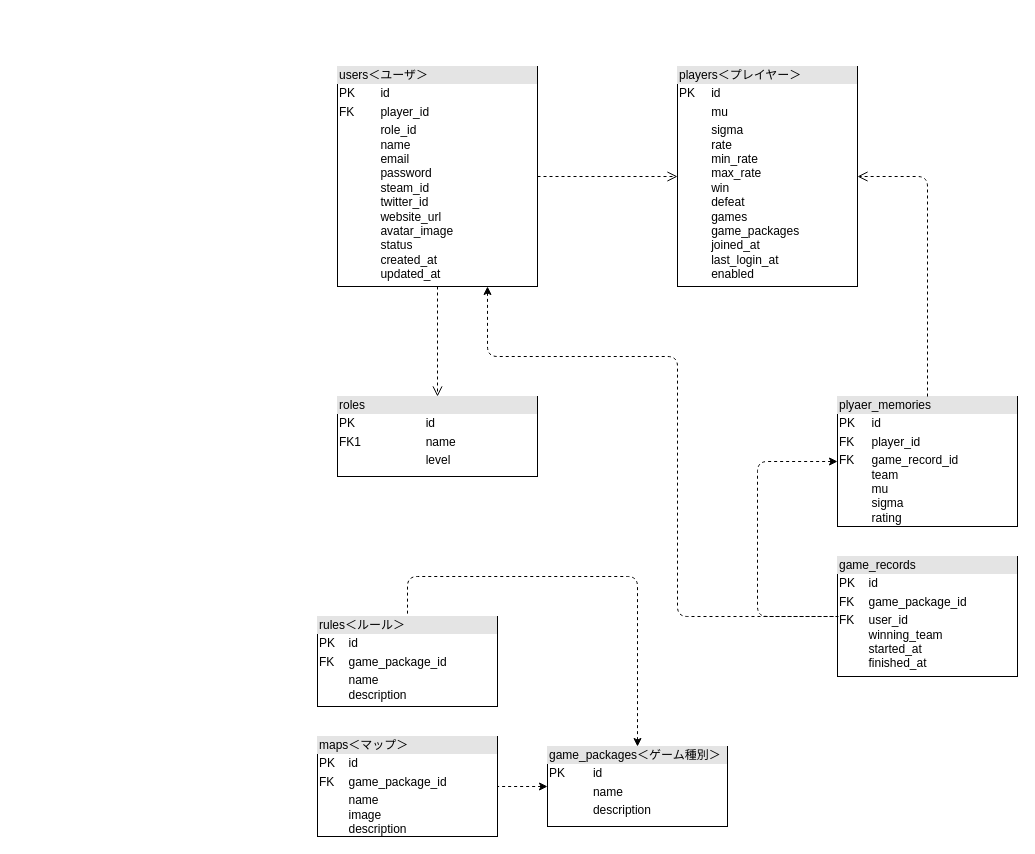
Before: docs/wzn_テーブル設計.drawio in sokorahen-szk/warzone-aoe, a draw.io diagram. Source tidied: cells renumbered, new cells numbered last; positions are measured from the earlier drawing's top-left corner, leaving out a move shared by most shapes. Both pictures are drawn from the tidied source at 100%, with x=0, y=0 at pixel (317, 66).
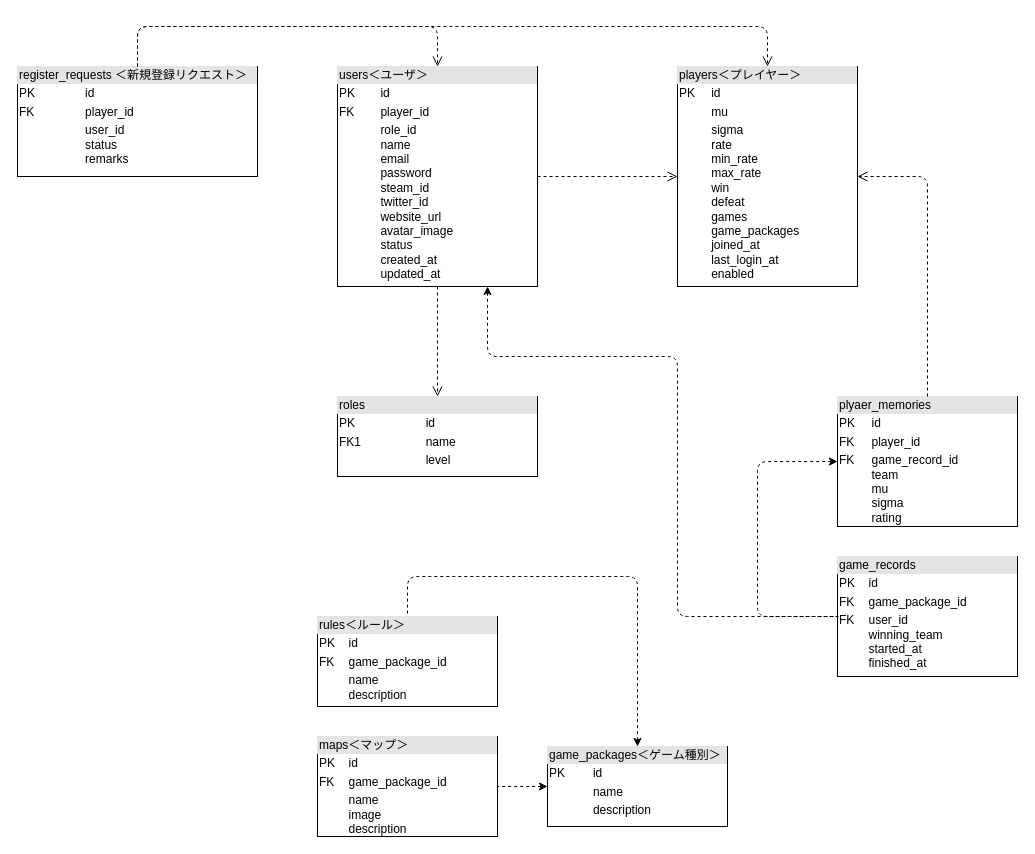
The same diagram, later.

The change refers to these unchanged cells:
```xml
<mxCell id="2" value="&lt;div style=&quot;box-sizing: border-box ; width: 100% ; background: #e4e4e4 ; padding: 2px&quot;&gt;users＜ユーザ＞&lt;/div&gt;&lt;table style=&quot;width: 100% ; font-size: 1em&quot; cellpadding=&quot;2&quot; cellspacing=&quot;0&quot;&gt;&lt;tbody&gt;&lt;tr&gt;&lt;td&gt;PK&lt;/td&gt;&lt;td&gt;id&lt;br&gt;&lt;/td&gt;&lt;/tr&gt;&lt;tr&gt;&lt;td&gt;FK&lt;br&gt;&lt;/td&gt;&lt;td&gt;player_id&lt;br&gt;&lt;/td&gt;&lt;/tr&gt;&lt;tr&gt;&lt;td&gt;&lt;/td&gt;&lt;td&gt;role_id&lt;br&gt;name&lt;br&gt;email&lt;br&gt;password&lt;br&gt;steam_id&lt;br&gt;twitter_id&lt;br&gt;website_url&lt;br&gt;avatar_image&lt;br&gt;status&lt;br&gt;created_at&lt;br&gt;updated_at&lt;br&gt;&lt;/td&gt;&lt;/tr&gt;&lt;/tbody&gt;&lt;/table&gt;" style="verticalAlign=top;align=left;overflow=fill;html=1;" parent="1" vertex="1">
  <mxGeometry x="20" width="200" height="220" as="geometry" />
</mxCell>
<mxCell id="3" value="&lt;div style=&quot;box-sizing: border-box ; width: 100% ; background: #e4e4e4 ; padding: 2px&quot;&gt;players＜プレイヤー＞&lt;/div&gt;&lt;table style=&quot;width: 100% ; font-size: 1em&quot; cellpadding=&quot;2&quot; cellspacing=&quot;0&quot;&gt;&lt;tbody&gt;&lt;tr&gt;&lt;td&gt;PK&lt;/td&gt;&lt;td&gt;id&lt;/td&gt;&lt;/tr&gt;&lt;tr&gt;&lt;td&gt;&lt;br&gt;&lt;/td&gt;&lt;td&gt;mu&lt;/td&gt;&lt;/tr&gt;&lt;tr&gt;&lt;td&gt;&lt;/td&gt;&lt;td&gt;sigma&lt;br&gt;rate&lt;br&gt;min_rate&lt;br&gt;max_rate&lt;br&gt;win&lt;br&gt;defeat&lt;br&gt;games&lt;br&gt;game_packages&lt;br&gt;joined_at&lt;br&gt;last_login_at&lt;br&gt;enabled&lt;br&gt;&lt;br&gt;&lt;/td&gt;&lt;/tr&gt;&lt;/tbody&gt;&lt;/table&gt;" style="verticalAlign=top;align=left;overflow=fill;html=1;" parent="1" vertex="1">
  <mxGeometry x="360" width="180" height="220" as="geometry" />
</mxCell>
```

Diff of the diagram source:
```diff
@@
+    <mxCell id="17" value="&lt;div style=&quot;box-sizing: border-box ; width: 100% ; background: #e4e4e4 ; padding: 2px&quot;&gt;register_requests ＜新規登録リクエスト＞&lt;/div&gt;&lt;table style=&quot;width: 100% ; font-size: 1em&quot; cellpadding=&quot;2&quot; cellspacing=&quot;0&quot;&gt;&lt;tbody&gt;&lt;tr&gt;&lt;td&gt;PK&lt;/td&gt;&lt;td&gt;id&lt;br&gt;&lt;/td&gt;&lt;/tr&gt;&lt;tr&gt;&lt;td&gt;FK&lt;br&gt;&lt;/td&gt;&lt;td&gt;player_id&lt;br&gt;&lt;/td&gt;&lt;/tr&gt;&lt;tr&gt;&lt;td&gt;&lt;/td&gt;&lt;td&gt;user_id&lt;br&gt;status&lt;br&gt;remarks&lt;/td&gt;&lt;/tr&gt;&lt;/tbody&gt;&lt;/table&gt;" style="verticalAlign=top;align=left;overflow=fill;html=1;" parent="1" vertex="1">
+      <mxGeometry x="-300" width="240" height="110" as="geometry" />
+    </mxCell>
+    <mxCell id="18" style="html=1;verticalAlign=bottom;endArrow=open;dashed=1;endSize=8;exitX=0.5;exitY=0;exitDx=0;exitDy=0;entryX=0.5;entryY=0;entryDx=0;entryDy=0;" parent="1" edge="1" source="17" target="2">
+      <mxGeometry relative="1" as="geometry">
+        <Array as="points">
+          <mxPoint x="-180" y="-40" />
+          <mxPoint x="120" y="-40" />
+        </Array>
+      </mxGeometry>
+    </mxCell>
+    <mxCell id="19" style="html=1;verticalAlign=bottom;endArrow=open;dashed=1;endSize=8;entryX=0.5;entryY=0;entryDx=0;entryDy=0;" parent="1" edge="1" source="17" target="3">
+      <mxGeometry relative="1" as="geometry">
+        <Array as="points">
+          <mxPoint x="-180" y="-40" />
+          <mxPoint x="140" y="-40" />
+          <mxPoint x="450" y="-40" />
+        </Array>
+      </mxGeometry>
+    </mxCell>
```
